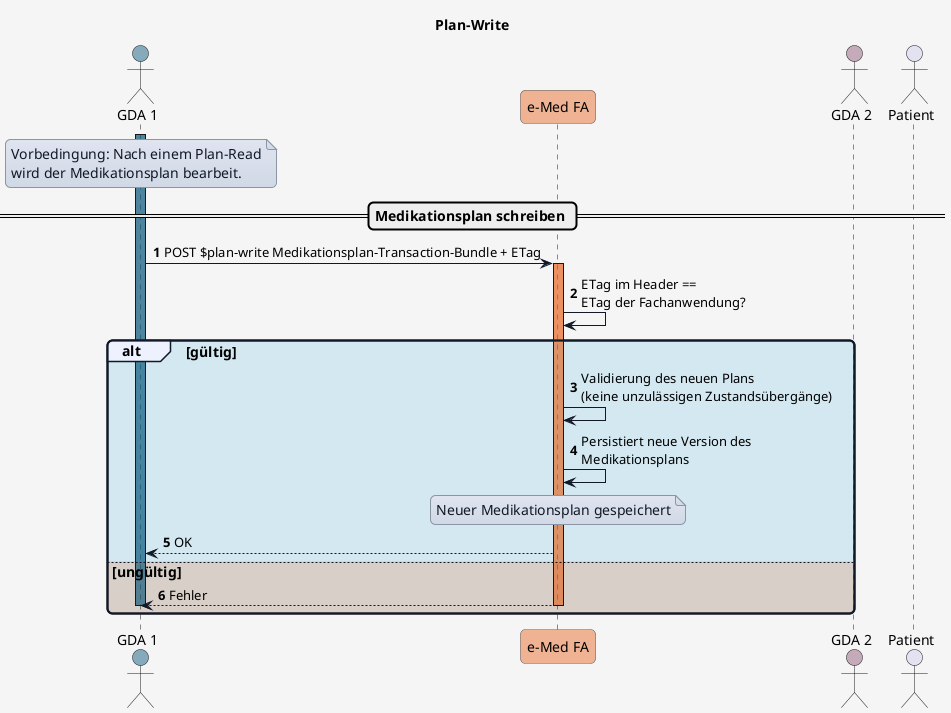
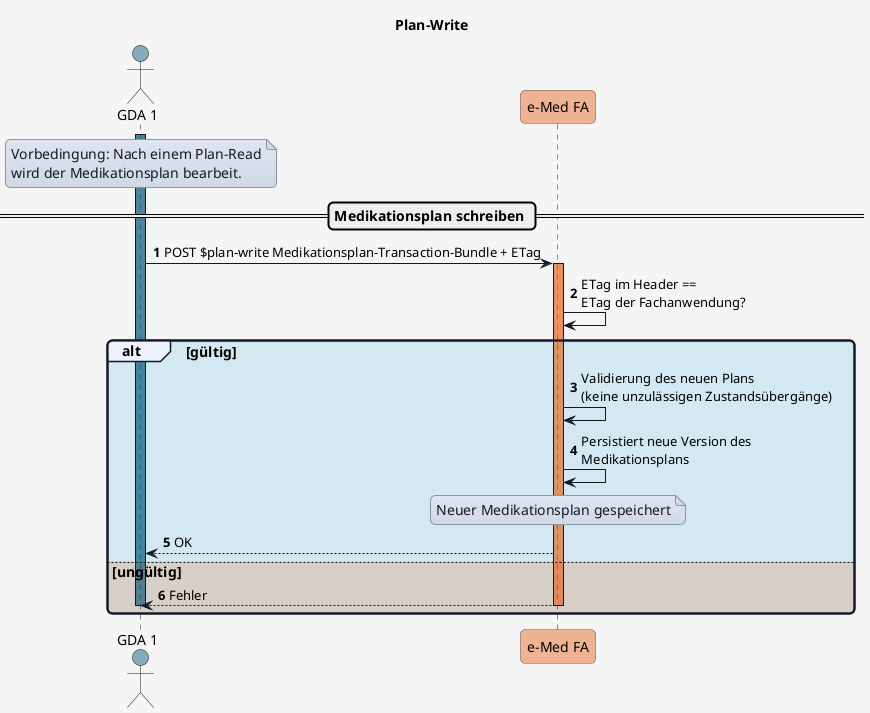
@startuml
title Plan-Write

'skinparam actorStyle awesome

skinparam borderColor #000000
skinparam backgroundColor #f5f5f5
skinparam shadowing false
skinparam roundCorner 10
skinparam defaultFontName "Arial"
skinparam defaultFontSize 14
skinparam defaultFontColor #000000
skinparam HyperlinkColor #0000EE
skinparam HyperlinkUnderline false
skinparam BoxPadding 20
skinparam BoxBorderColor #555555

skinparam note {
  BackgroundColor #e0e5f0-#d1d9e6
  BorderColor #8b95a5
  BorderThickness 1
  RoundCorner 0
  Padding 6
  FontColor #111827
  Shadowing false
}

skinparam sequence {
  ParticipantBorderColor #555555
  ParticipantBackgroundColor #ffffff
  ParticipantFontColor #000000
  ParticipantFontSize 14
  ParticipantPadding 20
  ArrowColor #111827
  ArrowThickness 1
  ArrowFontColor #000000
  ArrowFontSize 13
  GroupBorderColor #111827
  GroupBackgroundColor #eef2ff
  GroupBorderThickness 2
}

!define COLOR_GDA_1    #15608280
!define COLOR_GDA_2    #96607D80
!define COLOR_PATIENT  #196B2480
!define COLOR_APO      #0F9ED590
!define COLOR_EMED_FA  #E9713280
!define COLOR_E_REZEPT #C0504D80

!define COLOR_OK       #0F9ED525
!define COLOR_ERROR    #E9713235

actor GDA_1 as "GDA 1" COLOR_GDA_1
participant eMed_FA as "e-Med FA" COLOR_EMED_FA
- actor GDA_2 as "GDA 2" COLOR_GDA_2
- actor Patient as "Patient"
+ 

autonumber

activate GDA_1 COLOR_GDA_1

note over GDA_1
Vorbedingung: Nach einem Plan-Read
wird der Medikationsplan bearbeit.
end note

== Medikationsplan schreiben ==

GDA_1 -> eMed_FA: POST $plan-write Medikationsplan-Transaction-Bundle + ETag

activate eMed_FA COLOR_EMED_FA
eMed_FA -> eMed_FA: ETag im Header ==\nETag der Fachanwendung?

alt COLOR_OK gültig
  eMed_FA -> eMed_FA: Validierung des neuen Plans\n(keine unzulässigen Zustandsübergänge)
  eMed_FA -> eMed_FA: Persistiert neue Version des\nMedikationsplans

  note over eMed_FA
  Neuer Medikationsplan gespeichert
  end note

  eMed_FA --> GDA_1: OK

else COLOR_ERROR ungültig

  eMed_FA --> GDA_1: Fehler

  deactivate GDA_1
  deactivate eMed_FA
end


@enduml